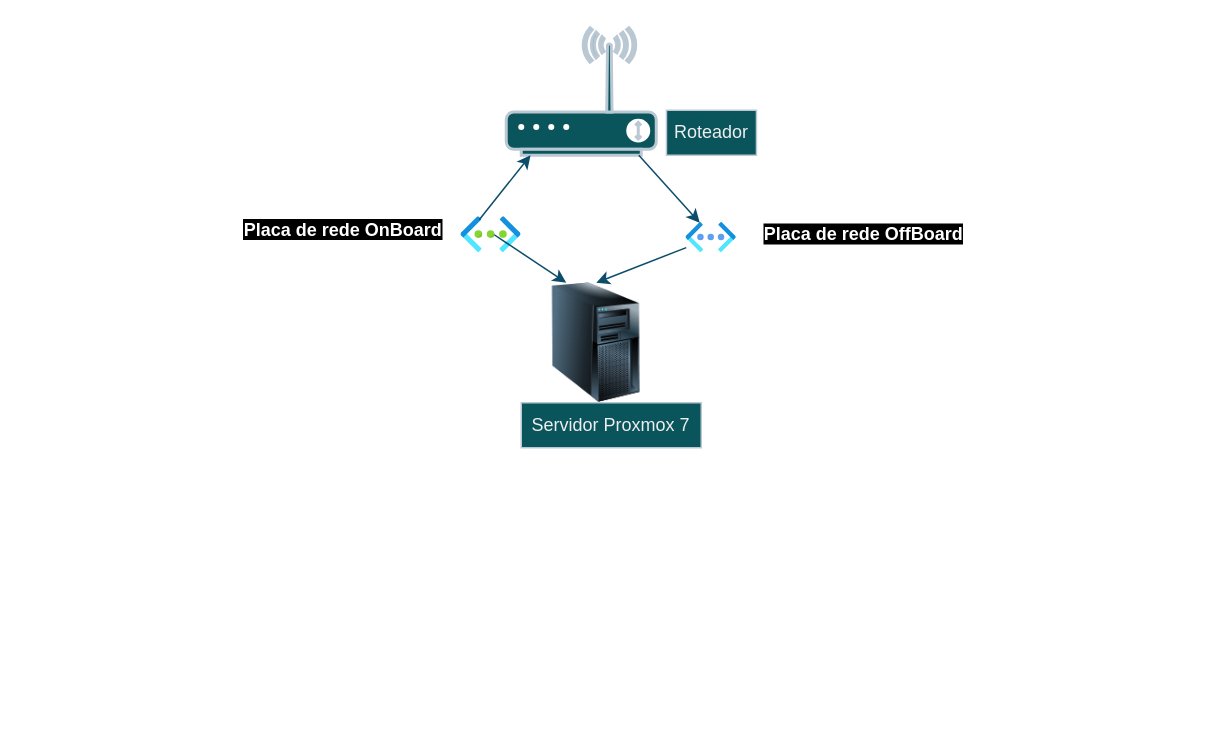
washigtonpa/SERVIDOR_LOCAL_PROXMOX keeps this draw.io diagram as Diagrama do sevidor local-proxmox7.drawio. Above is the earlier version. Source tidied: cells renumbered, new cells numbered last; positions are measured from the earlier drawing's top-left corner, leaving out a move shared by most shapes. Both pictures are drawn from the tidied source at 150%, with x=0, y=0 at pixel (236, 27).
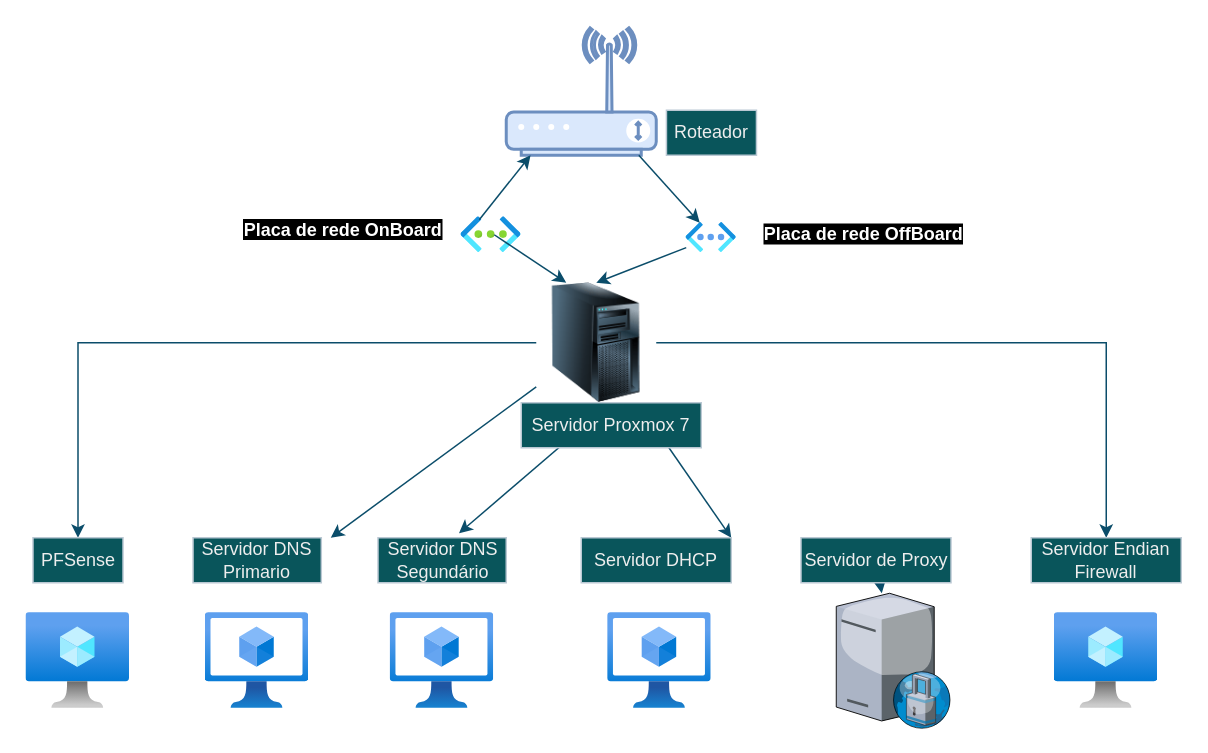
The same diagram, later.

Unchanged cells that the change refers to:
```xml
<mxCell id="2" style="image;html=1;image=img/lib/clip_art/computers/Server_Tower_128x128.png;labelBackgroundColor=none;fillColor=#09555B;strokeColor=#BAC8D3;fontColor=#EEEEEE;" parent="1" vertex="1">
  <mxGeometry x="200" y="170" width="80" height="80" as="geometry" />
</mxCell>
<mxCell id="11" value="Servidor Proxmox 7" style="text;align=center;html=1;verticalAlign=middle;whiteSpace=wrap;rounded=0;labelBackgroundColor=none;fillColor=#09555B;fontColor=#EEEEEE;strokeColor=#BAC8D3;" parent="1" vertex="1">
  <mxGeometry x="190" y="250" width="120" height="30" as="geometry" />
</mxCell>
```

Diff of the diagram source:
```diff
@@
+    <mxCell id="14" style="edgeStyle=orthogonalEdgeStyle;rounded=0;jettySize=auto;html=1;entryX=0.5;entryY=0;entryDx=0;entryDy=0;strokeColor=#0B4D6A;" parent="1" edge="1" source="2" target="19">
+      <mxGeometry relative="1" as="geometry" />
+    </mxCell>
+    <mxCell id="15" style="edgeStyle=orthogonalEdgeStyle;rounded=0;jettySize=auto;html=1;entryX=0.5;entryY=0;entryDx=0;entryDy=0;strokeColor=#0B4D6A;" parent="1" edge="1" source="2" target="27">
+      <mxGeometry relative="1" as="geometry" />
+    </mxCell>
+    <mxCell id="16" style="edgeStyle=none;rounded=0;jettySize=auto;html=1;entryX=0.099;entryY=-0.1;entryDx=0;entryDy=0;entryPerimeter=0;strokeColor=#0B4D6A;" parent="1" edge="1" source="2">
+      <mxGeometry relative="1" as="geometry">
+        <mxPoint x="63" y="340" as="targetPoint" />
+      </mxGeometry>
+    </mxCell>
+    <mxCell id="17" style="edgeStyle=none;rounded=0;jettySize=auto;html=1;entryX=1;entryY=0;entryDx=0;entryDy=0;strokeColor=#0B4D6A;" parent="1" edge="1" source="2" target="23">
+      <mxGeometry relative="1" as="geometry" />
+    </mxCell>
@@
-    <mxCell id="3" style="verticalAlign=top;verticalLabelPosition=bottom;labelPosition=center;align=center;html=1;outlineConnect=0;gradientDirection=north;strokeWidth=2;shape=mxgraph.networks.wireless_modem;labelBackgroundColor=none;fillColor=#09555B;strokeColor=#BAC8D3;fontColor=#EEEEEE;" parent="1" vertex="1">
+    <mxCell id="3" style="verticalAlign=top;verticalLabelPosition=bottom;labelPosition=center;align=center;html=1;outlineConnect=0;gradientDirection=north;strokeWidth=2;shape=mxgraph.networks.wireless_modem;labelBackgroundColor=none;fillColor=#dae8fc;strokeColor=#6c8ebf;" parent="1" vertex="1">
       <mxGeometry x="180" width="100" height="85" as="geometry" />
     </mxCell>
@@
+    <mxCell id="18" style="edgeStyle=none;rounded=0;jettySize=auto;html=1;exitX=0.5;exitY=0;exitDx=0;exitDy=0;entryX=0.632;entryY=-0.1;entryDx=0;entryDy=0;entryPerimeter=0;strokeColor=#0B4D6A;" parent="1" edge="1" source="11" target="25">
+      <mxGeometry relative="1" as="geometry" />
+    </mxCell>
@@
+    <mxCell id="19" value="PFSense" style="text;align=center;html=1;verticalAlign=middle;whiteSpace=wrap;rounded=0;labelBackgroundColor=none;fillColor=#09555B;fontColor=#EEEEEE;strokeColor=#BAC8D3;" parent="1" vertex="1">
+      <mxGeometry x="-135.5" y="340" width="60" height="30" as="geometry" />
+    </mxCell>
+    <mxCell id="20" style="image;html=1;align=center;fontSize=12;image=img/lib/azure2/compute/Virtual_Machines_Classic.svg;strokeColor=#BAC8D3;fontColor=#EEEEEE;fillColor=#09555B;" parent="1" vertex="1">
+      <mxGeometry x="-20.5" y="390" width="69" height="64" as="geometry" />
+    </mxCell>
+    <mxCell id="21" value="Servidor DNS Primario" style="text;align=center;html=1;verticalAlign=middle;whiteSpace=wrap;rounded=0;labelBackgroundColor=none;fillColor=#09555B;fontColor=#EEEEEE;strokeColor=#BAC8D3;" parent="1" vertex="1">
+      <mxGeometry x="-28.8" y="340" width="85.5" height="30" as="geometry" />
+    </mxCell>
+    <mxCell id="22" style="image;html=1;align=center;fontSize=12;image=img/lib/azure2/compute/Virtual_Machines_Classic.svg;strokeColor=#BAC8D3;fontColor=#EEEEEE;fillColor=#09555B;" parent="1" vertex="1">
+      <mxGeometry x="247.8" y="390" width="69" height="64" as="geometry" />
+    </mxCell>
+    <mxCell id="23" value="Servidor DHCP" style="text;align=center;html=1;verticalAlign=middle;whiteSpace=wrap;rounded=0;labelBackgroundColor=none;fillColor=#09555B;fontColor=#EEEEEE;strokeColor=#BAC8D3;" parent="1" vertex="1">
+      <mxGeometry x="230" y="340" width="100" height="30" as="geometry" />
+    </mxCell>
+    <mxCell id="24" style="image;html=1;align=center;fontSize=12;image=img/lib/azure2/compute/Virtual_Machines_Classic.svg;strokeColor=#BAC8D3;fontColor=#EEEEEE;fillColor=#09555B;" parent="1" vertex="1">
+      <mxGeometry x="102.8" y="390" width="69" height="64" as="geometry" />
+    </mxCell>
+    <mxCell id="25" value="Servidor DNS Segundário" style="text;align=center;html=1;verticalAlign=middle;whiteSpace=wrap;rounded=0;labelBackgroundColor=none;fillColor=#09555B;fontColor=#EEEEEE;strokeColor=#BAC8D3;" parent="1" vertex="1">
+      <mxGeometry x="94.5" y="340" width="85.5" height="30" as="geometry" />
+    </mxCell>
+    <mxCell id="26" style="image;html=1;align=center;fontSize=12;image=img/lib/azure2/compute/Virtual_Machine.svg;strokeColor=#BAC8D3;fontColor=#EEEEEE;fillColor=#09555B;" parent="1" vertex="1">
+      <mxGeometry x="545.5" y="390" width="69" height="64" as="geometry" />
+    </mxCell>
+    <mxCell id="27" value="Servidor Endian Firewall" style="text;align=center;html=1;verticalAlign=middle;whiteSpace=wrap;rounded=0;labelBackgroundColor=none;fillColor=#09555B;fontColor=#EEEEEE;strokeColor=#BAC8D3;" parent="1" vertex="1">
+      <mxGeometry x="530" y="340" width="100" height="30" as="geometry" />
+    </mxCell>
+    <mxCell id="28" style="image;html=1;align=center;fontSize=12;image=img/lib/azure2/compute/Virtual_Machine.svg;strokeColor=#BAC8D3;fontColor=#EEEEEE;fillColor=#09555B;" parent="1" vertex="1">
+      <mxGeometry x="-140" y="390" width="69" height="64" as="geometry" />
+    </mxCell>
+    <mxCell id="29" style="verticalLabelPosition=bottom;sketch=0;html=1;verticalAlign=top;strokeColor=none;align=center;outlineConnect=0;shape=mxgraph.citrix.proxy_server;fontColor=#EEEEEE;fillColor=#09555B;" parent="1" vertex="1">
+      <mxGeometry x="400" y="377" width="76.5" height="90" as="geometry" />
+    </mxCell>
+    <mxCell id="30" style="edgeStyle=none;rounded=0;jettySize=auto;html=1;strokeColor=#0B4D6A;" parent="1" edge="1" source="31" target="29">
+      <mxGeometry relative="1" as="geometry" />
+    </mxCell>
+    <mxCell id="31" value="Servidor de Proxy" style="text;align=center;html=1;verticalAlign=middle;whiteSpace=wrap;rounded=0;labelBackgroundColor=none;fillColor=#09555B;fontColor=#EEEEEE;strokeColor=#BAC8D3;" parent="1" vertex="1">
+      <mxGeometry x="376.5" y="340" width="100" height="30" as="geometry" />
+    </mxCell>
```
